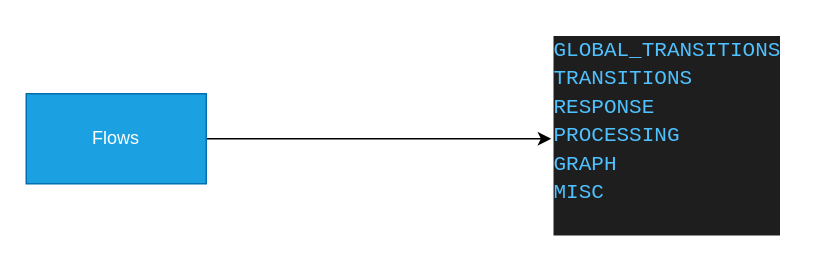
deeppavlov/chatsky keeps this draw.io diagram as drawio/3_flows.dio. Above is the earlier version. Source tidied: cells renumbered, new cells numbered last; positions are measured from the earlier drawing's top-left corner, leaving out a move shared by most shapes. Both pictures are drawn from the tidied source at 150%, with x=0, y=0 at pixel (26, 26).
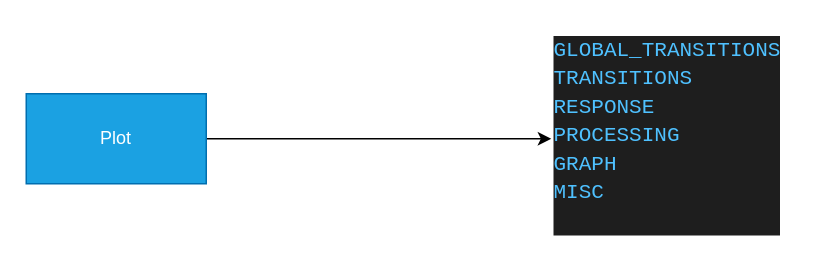
Above is the later version.

Change to the diagram source:
```diff
@@
 <mxGraphModel>
   <root>
     <mxCell id="0" />
     <mxCell id="1" parent="0" />
     <mxCell id="2" style="edgeStyle=orthogonalEdgeStyle;rounded=0;jettySize=auto;html=1;entryX=0;entryY=0.5;entryDx=0;entryDy=0;" parent="1" edge="1" source="3" target="4">
       <mxGeometry relative="1" as="geometry" />
     </mxCell>
-    <mxCell id="3" value="Flows" style="rounded=0;whiteSpace=wrap;html=1;fillColor=#1ba1e2;strokeColor=#006EAF;fontColor=#ffffff;" parent="1" vertex="1">
+    <mxCell id="3" value="Plot" style="rounded=0;whiteSpace=wrap;html=1;fillColor=#1ba1e2;strokeColor=#006EAF;fontColor=#ffffff;" parent="1" vertex="1">
       <mxGeometry y="45" width="120" height="60" as="geometry" />
     </mxCell>
     <mxCell id="4" value="&lt;div style=&quot;color: rgb(212 , 212 , 212) ; background-color: rgb(30 , 30 , 30) ; font-family: &amp;#34;droid sans mono&amp;#34; , monospace , monospace , &amp;#34;droid sans fallback&amp;#34; ; font-weight: normal ; font-size: 14px ; line-height: 19px&quot;&gt;&lt;div&gt;&lt;span style=&quot;color: #4fc1ff&quot;&gt;GLOBAL_TRANSITIONS&lt;/span&gt;&lt;/div&gt;&lt;div&gt;&lt;span style=&quot;color: #4fc1ff&quot;&gt;TRANSITIONS&lt;/span&gt;&lt;/div&gt;&lt;div&gt;&lt;span style=&quot;color: #4fc1ff&quot;&gt;RESPONSE&lt;/span&gt;&lt;/div&gt;&lt;div&gt;&lt;span style=&quot;color: #4fc1ff&quot;&gt;PROCESSING&lt;/span&gt;&lt;/div&gt;&lt;div&gt;&lt;span style=&quot;color: #4fc1ff&quot;&gt;GRAPH&lt;/span&gt;&lt;/div&gt;&lt;div&gt;&lt;span style=&quot;color: #4fc1ff&quot;&gt;MISC&lt;/span&gt;&lt;/div&gt;&lt;br&gt;&lt;/div&gt;" style="text;whiteSpace=wrap;html=1;" parent="1" vertex="1">
       <mxGeometry x="350" width="160" height="150" as="geometry" />
     </mxCell>
   </root>
 </mxGraphModel>
```
